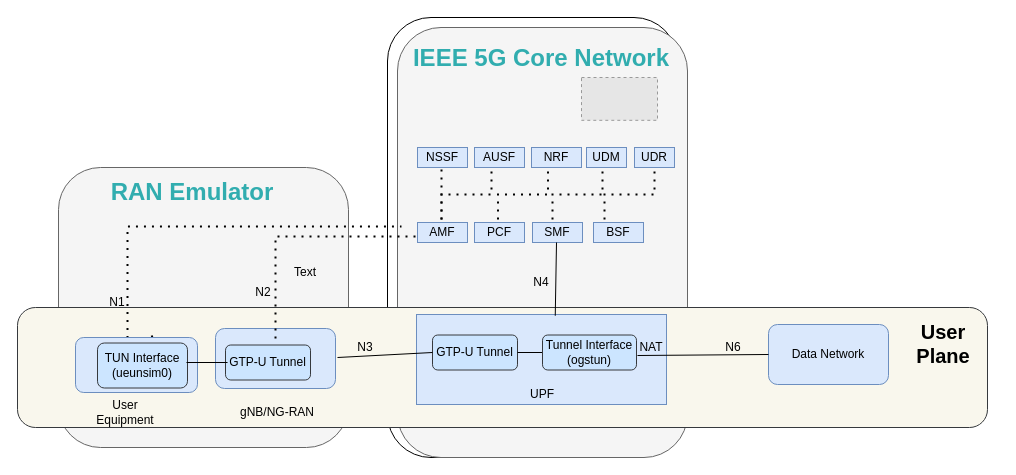
This is testbed.drawio from jidhub/android-ocr-builds-on-2025, a draw.io file, before an edit. Source tidied: cells renumbered, new cells numbered last; positions are measured from the earlier drawing's top-left corner, leaving out a move shared by most shapes. Both pictures are drawn from the tidied source at 100%, with x=0, y=0 at pixel (17, 17). Pictures stored in the file or linked from it are replaced by grey dashed boxes.
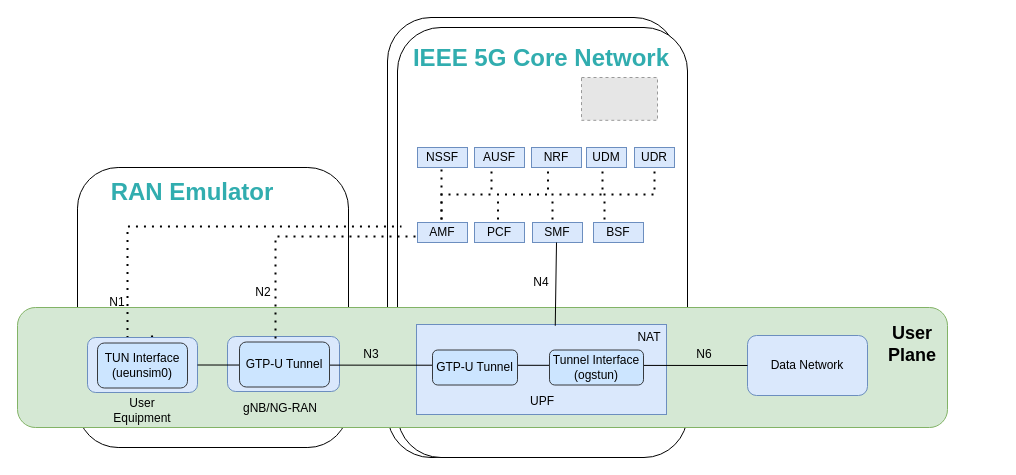
The same diagram, later.

Change to the diagram source:
```diff
@@
-    <mxCell id="2" style="rounded=1;whiteSpace=wrap;html=1;fillColor=#f5f5f5;fontColor=#333333;strokeColor=#666666;" parent="1" vertex="1">
-      <mxGeometry x="41" y="150" width="290" height="280" as="geometry" />
-    </mxCell>
@@
-    <mxCell id="4" style="rounded=1;whiteSpace=wrap;html=1;fillColor=#f5f5f5;fontColor=#333333;strokeColor=#666666;" parent="1" vertex="1">
+    <mxCell id="4" style="rounded=1;whiteSpace=wrap;html=1;" parent="1" vertex="1">
       <mxGeometry x="380" y="10" width="290" height="430" as="geometry" />
     </mxCell>
+    <mxCell id="2" style="rounded=1;whiteSpace=wrap;html=1;" parent="1" vertex="1">
+      <mxGeometry x="60" y="150" width="271" height="280" as="geometry" />
+    </mxCell>
-    <mxCell id="5" style="rounded=1;whiteSpace=wrap;html=1;fillColor=#f9f7ed;strokeColor=#36393d;" parent="1" vertex="1">
-      <mxGeometry y="290" width="970" height="120" as="geometry" />
+    <mxCell id="5" style="rounded=1;whiteSpace=wrap;html=1;fillColor=#d5e8d4;strokeColor=#82b366;" parent="1" vertex="1">
+      <mxGeometry y="290" width="930" height="120" as="geometry" />
     </mxCell>
+    <mxCell id="49" style="rounded=1;whiteSpace=wrap;html=1;fillColor=#dae8fc;strokeColor=#6c8ebf;" parent="1" vertex="1">
+      <mxGeometry x="210" y="319" width="112" height="55" as="geometry" />
+    </mxCell>
@@
     <mxCell id="20" style="rounded=0;whiteSpace=wrap;html=1;fillColor=#dae8fc;strokeColor=#6c8ebf;" parent="1" vertex="1">
-      <mxGeometry x="399" y="297" width="250" height="90" as="geometry" />
+      <mxGeometry x="399" y="307" width="250" height="90" as="geometry" />
     </mxCell>
-    <mxCell id="21" value="GTP-U Tunnel" style="rounded=1;whiteSpace=wrap;html=1;fillColor=#cce5ff;strokeColor=#36393d;" parent="1" vertex="1">
-      <mxGeometry x="415" y="317.5" width="85" height="35" as="geometry" />
-    </mxCell>
-    <mxCell id="22" style="endArrow=none;html=1;rounded=0;elbow=vertical;entryX=1;entryY=0.5;entryDx=0;entryDy=0;" parent="1" edge="1">
-      <mxGeometry relative="1" as="geometry">
-        <mxPoint x="535" y="335" as="sourcePoint" />
-        <mxPoint x="500" y="335" as="targetPoint" />
-      </mxGeometry>
-    </mxCell>
     <mxCell id="23" value="UPF" style="text;html=1;strokeColor=none;fillColor=none;align=center;verticalAlign=middle;whiteSpace=wrap;rounded=0;" parent="1" vertex="1">
-      <mxGeometry x="495" y="362" width="60" height="30" as="geometry" />
+      <mxGeometry x="495" y="369" width="60" height="30" as="geometry" />
     </mxCell>
-    <mxCell id="24" style="rounded=1;whiteSpace=wrap;html=1;fillColor=#dae8fc;strokeColor=#6c8ebf;" parent="1" vertex="1">
-      <mxGeometry x="198" y="311" width="120" height="60" as="geometry" />
-    </mxCell>
-    <mxCell id="25" value="GTP-U Tunnel" style="rounded=1;whiteSpace=wrap;html=1;fillColor=#cce5ff;strokeColor=#36393d;" parent="1" vertex="1">
-      <mxGeometry x="208" y="327.5" width="85" height="35" as="geometry" />
-    </mxCell>
-    <mxCell id="26" value="Text" style="text;html=1;strokeColor=none;fillColor=none;align=center;verticalAlign=middle;whiteSpace=wrap;rounded=0;" parent="1" vertex="1">
-      <mxGeometry x="258" y="240" width="60" height="30" as="geometry" />
-    </mxCell>
     <mxCell id="27" value="User Equipment" style="text;html=1;strokeColor=none;fillColor=none;align=center;verticalAlign=middle;whiteSpace=wrap;rounded=0;" parent="1" vertex="1">
-      <mxGeometry x="78" y="380" width="60" height="30" as="geometry" />
+      <mxGeometry x="95" y="378" width="60" height="30" as="geometry" />
     </mxCell>
     <mxCell id="28" value="gNB/NG-RAN" style="text;html=1;strokeColor=none;fillColor=none;align=center;verticalAlign=middle;whiteSpace=wrap;rounded=0;" parent="1" vertex="1">
-      <mxGeometry x="220.5" y="380" width="77.5" height="30" as="geometry" />
+      <mxGeometry x="223.5" y="376" width="77.5" height="30" as="geometry" />
     </mxCell>
-    <mxCell id="29" value="&lt;font style=&quot;font-size: 20px;&quot;&gt;&lt;b&gt;User &lt;br&gt;Plane&lt;/b&gt;&lt;/font&gt;" style="text;html=1;strokeColor=none;fillColor=none;align=center;verticalAlign=middle;whiteSpace=wrap;rounded=0;" parent="1" vertex="1">
-      <mxGeometry x="871" y="289" width="110" height="73" as="geometry" />
+    <mxCell id="29" value="&lt;font style=&quot;font-size: 18px;&quot;&gt;&lt;b style=&quot;&quot;&gt;&lt;span style=&quot;&quot;&gt;User &lt;/span&gt;&lt;br&gt;&lt;font style=&quot;font-size: 18px;&quot;&gt;Plane&lt;/font&gt;&lt;/b&gt;&lt;/font&gt;" style="text;html=1;strokeColor=none;fillColor=none;align=center;verticalAlign=middle;whiteSpace=wrap;rounded=0;" parent="1" vertex="1">
+      <mxGeometry x="840" y="290" width="110" height="73" as="geometry" />
     </mxCell>
     <mxCell id="30" value="Data Network" style="rounded=1;whiteSpace=wrap;html=1;fillColor=#dae8fc;strokeColor=#6c8ebf;" parent="1" vertex="1">
-      <mxGeometry x="751" y="307" width="120" height="60" as="geometry" />
+      <mxGeometry x="730" y="318" width="120" height="60" as="geometry" />
     </mxCell>
-    <mxCell id="31" style="endArrow=none;html=1;rounded=0;elbow=vertical;exitX=0;exitY=0.5;exitDx=0;exitDy=0;" parent="1" edge="1" source="30">
-      <mxGeometry relative="1" as="geometry">
-        <mxPoint x="620" y="338" as="targetPoint" />
-      </mxGeometry>
-    </mxCell>
     <mxCell id="32" value="NAT" style="text;html=1;strokeColor=none;fillColor=none;align=center;verticalAlign=middle;whiteSpace=wrap;rounded=0;" parent="1" vertex="1">
-      <mxGeometry x="604" y="315" width="60" height="30" as="geometry" />
+      <mxGeometry x="602" y="305" width="60" height="30" as="geometry" />
     </mxCell>
     <mxCell id="33" value="N6" style="text;html=1;strokeColor=none;fillColor=none;align=center;verticalAlign=middle;whiteSpace=wrap;rounded=0;" parent="1" vertex="1">
-      <mxGeometry x="686" y="315" width="60" height="30" as="geometry" />
+      <mxGeometry x="657" y="322" width="60" height="30" as="geometry" />
     </mxCell>
-    <mxCell id="34" style="endArrow=none;html=1;rounded=0;elbow=vertical;exitX=0;exitY=0.5;exitDx=0;exitDy=0;" parent="1" edge="1" source="21">
-      <mxGeometry relative="1" as="geometry">
-        <mxPoint x="320" y="340" as="targetPoint" />
-      </mxGeometry>
-    </mxCell>
-    <mxCell id="35" value="Tunnel Interface&lt;br&gt;(ogstun)" style="rounded=1;whiteSpace=wrap;html=1;fillColor=#cce5ff;strokeColor=#36393d;" parent="1" vertex="1">
-      <mxGeometry x="525" y="317.5" width="94" height="35" as="geometry" />
-    </mxCell>
     <mxCell id="36" value="N3" style="text;html=1;strokeColor=none;fillColor=none;align=center;verticalAlign=middle;whiteSpace=wrap;rounded=0;" parent="1" vertex="1">
-      <mxGeometry x="318" y="315" width="60" height="30" as="geometry" />
+      <mxGeometry x="324" y="322" width="60" height="30" as="geometry" />
     </mxCell>
@@
     <mxCell id="39" style="rounded=1;whiteSpace=wrap;html=1;fillColor=#dae8fc;strokeColor=#6c8ebf;" parent="1" vertex="1">
-      <mxGeometry x="58" y="320" width="122" height="55" as="geometry" />
+      <mxGeometry x="70" y="320" width="110" height="55" as="geometry" />
     </mxCell>
@@
-    <mxCell id="41" style="endArrow=none;html=1;rounded=0;elbow=vertical;entryX=1;entryY=0.5;entryDx=0;entryDy=0;exitX=0.024;exitY=0.5;exitDx=0;exitDy=0;exitPerimeter=0;" parent="1" edge="1" source="25">
-      <mxGeometry relative="1" as="geometry">
-        <mxPoint x="169" y="345" as="targetPoint" />
-      </mxGeometry>
-    </mxCell>
@@
+    <mxCell id="50" style="endArrow=none;html=1;rounded=0;entryX=0;entryY=0.5;entryDx=0;entryDy=0;exitX=1;exitY=0.5;exitDx=0;exitDy=0;" parent="1" edge="1" source="39" target="30">
+      <mxGeometry relative="1" as="geometry" />
+    </mxCell>
+    <mxCell id="21" value="GTP-U Tunnel" style="rounded=1;whiteSpace=wrap;html=1;fillColor=#cce5ff;strokeColor=#36393d;" parent="1" vertex="1">
+      <mxGeometry x="415" y="332.5" width="85" height="35" as="geometry" />
+    </mxCell>
+    <mxCell id="35" value="Tunnel Interface&lt;br&gt;(ogstun)" style="rounded=1;whiteSpace=wrap;html=1;fillColor=#cce5ff;strokeColor=#36393d;" parent="1" vertex="1">
+      <mxGeometry x="532" y="332.5" width="94" height="35" as="geometry" />
+    </mxCell>
+    <mxCell id="25" value="GTP-U Tunnel" style="rounded=1;whiteSpace=wrap;html=1;fillColor=#cce5ff;strokeColor=#36393d;" parent="1" vertex="1">
+      <mxGeometry x="222" y="324.5" width="90" height="45" as="geometry" />
+    </mxCell>
```
